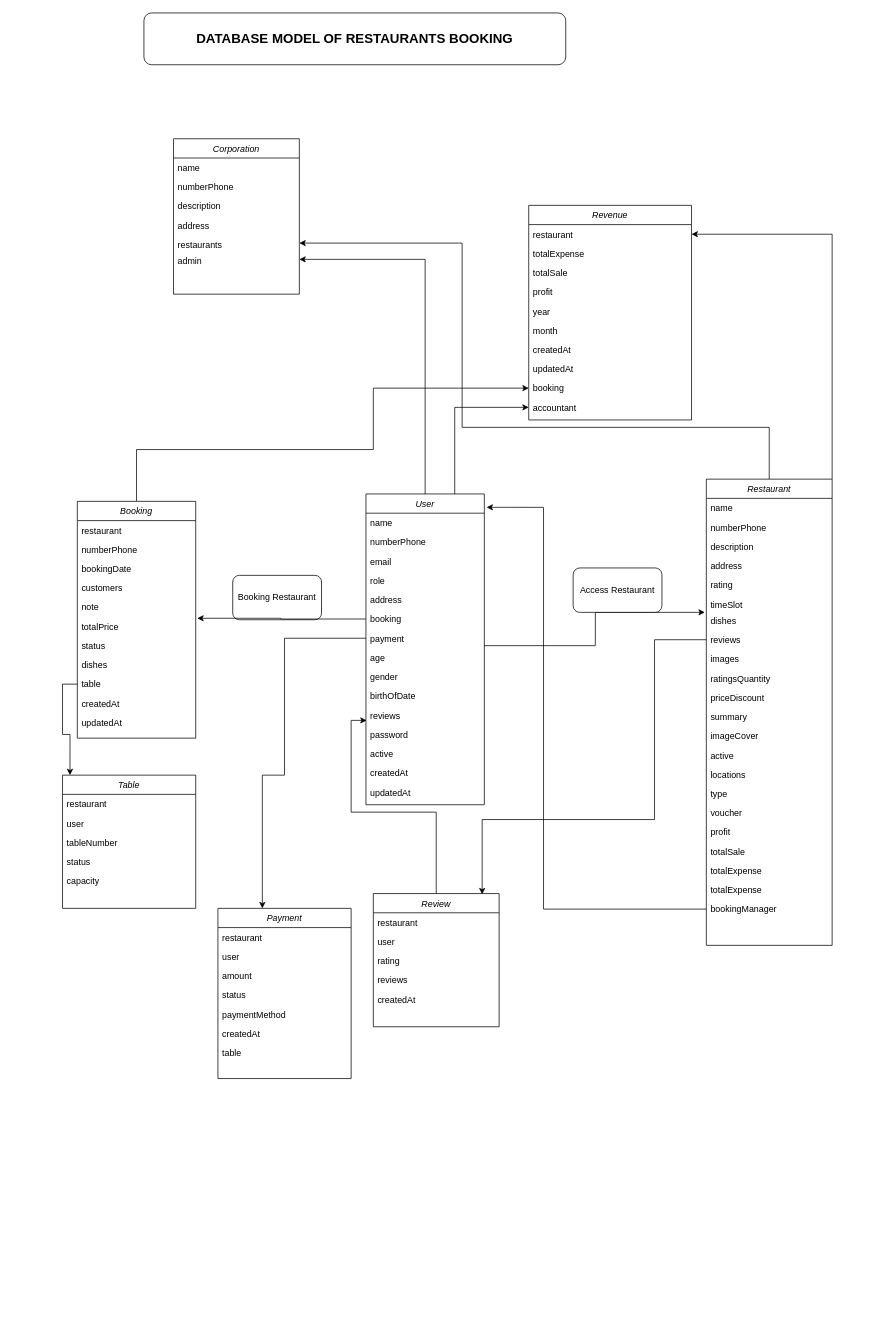
This is Biểu đồ không có tiêu đề.drawio from DAITHANG23/Luna.BE, a draw.io file, before an edit. Source tidied: cells renumbered, new cells numbered last; positions are measured from the earlier drawing's top-left corner, leaving out a move shared by most shapes. Both pictures are drawn from the tidied source at 74%, with x=0, y=0 at pixel (62, 13).
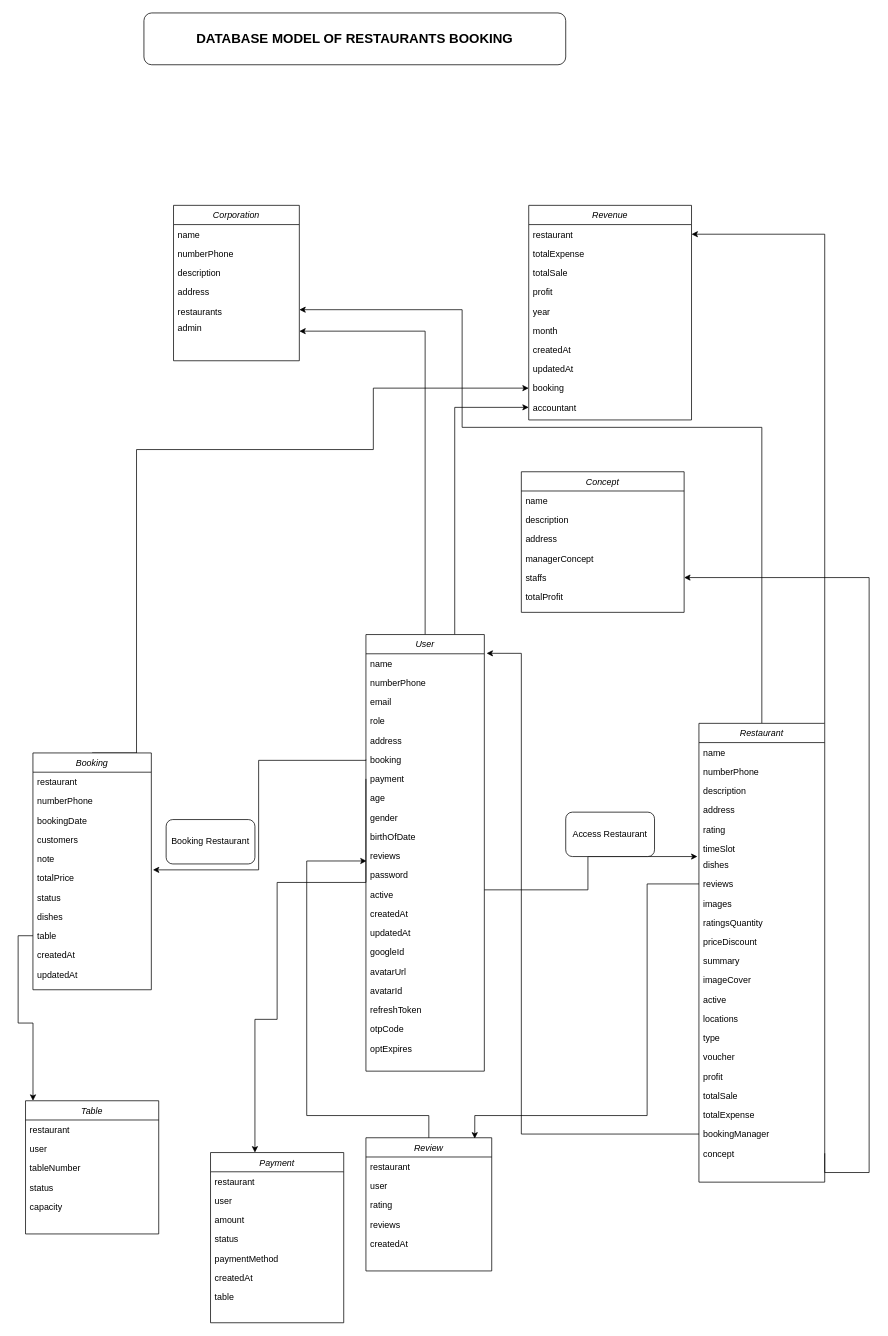
After the change.

Commit message:
Cập nhật Biểu đồ không có tiêu đề.drawio

The change refers to these unchanged cells:
```xml
<mxCell id="10" value="booking" style="text;align=left;verticalAlign=top;spacingLeft=4;spacingRight=4;overflow=hidden;points=[[0,0.5],[1,0.5]];portConstraint=eastwest;rounded=0;shadow=0;html=0;" parent="4" vertex="1">
  <mxGeometry y="156" width="160" height="26" as="geometry" />
</mxCell>
<mxCell id="11" value="payment" style="text;align=left;verticalAlign=top;spacingLeft=4;spacingRight=4;overflow=hidden;points=[[0,0.5],[1,0.5]];portConstraint=eastwest;rounded=0;shadow=0;html=0;" parent="4" vertex="1">
  <mxGeometry y="182" width="160" height="26" as="geometry" />
</mxCell>
<mxCell id="15" value="reviews" style="text;align=left;verticalAlign=top;spacingLeft=4;spacingRight=4;overflow=hidden;points=[[0,0.5],[1,0.5]];portConstraint=eastwest;rounded=0;shadow=0;html=0;" parent="4" vertex="1">
  <mxGeometry y="286" width="160" height="26" as="geometry" />
</mxCell>
<mxCell id="28" value="totalPrice" style="text;align=left;verticalAlign=top;spacingLeft=4;spacingRight=4;overflow=hidden;points=[[0,0.5],[1,0.5]];portConstraint=eastwest;rounded=0;shadow=0;html=0;" parent="22" vertex="1">
  <mxGeometry y="156" width="160" height="26" as="geometry" />
</mxCell>
<mxCell id="44" value="reviews" style="text;align=left;verticalAlign=top;spacingLeft=4;spacingRight=4;overflow=hidden;points=[[0,0.5],[1,0.5]];portConstraint=eastwest;rounded=0;shadow=0;html=0;" parent="36" vertex="1">
  <mxGeometry y="204" width="170" height="26" as="geometry" />
</mxCell>
<mxCell id="104" value="restaurants" style="text;align=left;verticalAlign=top;spacingLeft=4;spacingRight=4;overflow=hidden;points=[[0,0.5],[1,0.5]];portConstraint=eastwest;rounded=0;shadow=0;html=0;" parent="99" vertex="1">
  <mxGeometry y="130" width="170" height="22" as="geometry" />
</mxCell>
```

The edit, as a diff of the source:
```diff
@@
     <mxCell id="4" value="User" style="swimlane;fontStyle=2;align=center;verticalAlign=top;horizontal=1;startSize=26;rounded=0;shadow=0;strokeWidth=1;" parent="1" vertex="1">
-      <mxGeometry x="410" y="650" width="160" height="420" as="geometry" />
+      <mxGeometry x="410" y="840" width="160" height="590" as="geometry" />
     </mxCell>
@@
+    <mxCell id="107" value="googleId" style="text;align=left;verticalAlign=top;spacingLeft=4;spacingRight=4;overflow=hidden;rounded=0;shadow=0;html=0;" parent="4" vertex="1">
+      <mxGeometry y="416" width="160" height="26" as="geometry" />
+    </mxCell>
+    <mxCell id="108" value="avatarUrl" style="text;align=left;verticalAlign=top;spacingLeft=4;spacingRight=4;overflow=hidden;rounded=0;shadow=0;html=0;" parent="4" vertex="1">
+      <mxGeometry y="442" width="160" height="26" as="geometry" />
+    </mxCell>
+    <mxCell id="109" value="avatarId" style="text;align=left;verticalAlign=top;spacingLeft=4;spacingRight=4;overflow=hidden;rounded=0;shadow=0;html=0;" parent="4" vertex="1">
+      <mxGeometry y="468" width="160" height="26" as="geometry" />
+    </mxCell>
+    <mxCell id="110" value="refreshToken" style="text;align=left;verticalAlign=top;spacingLeft=4;spacingRight=4;overflow=hidden;rounded=0;shadow=0;html=0;" parent="4" vertex="1">
+      <mxGeometry y="494" width="160" height="26" as="geometry" />
+    </mxCell>
+    <mxCell id="111" value="otpCode" style="text;align=left;verticalAlign=top;spacingLeft=4;spacingRight=4;overflow=hidden;rounded=0;shadow=0;html=0;" parent="4" vertex="1">
+      <mxGeometry y="520" width="160" height="26" as="geometry" />
+    </mxCell>
+    <mxCell id="112" value="optExpires" style="text;align=left;verticalAlign=top;spacingLeft=4;spacingRight=4;overflow=hidden;rounded=0;shadow=0;html=0;" parent="4" vertex="1">
+      <mxGeometry y="546" width="160" height="26" as="geometry" />
+    </mxCell>
@@
     <mxCell id="22" value="Booking" style="swimlane;fontStyle=2;align=center;verticalAlign=top;horizontal=1;startSize=26;rounded=0;shadow=0;strokeWidth=1;" parent="1" vertex="1">
-      <mxGeometry x="20" y="660" width="160" height="320" as="geometry" />
+      <mxGeometry x="-40" y="1000" width="160" height="320" as="geometry" />
     </mxCell>
@@
     <mxCell id="34" style="edgeStyle=orthogonalEdgeStyle;rounded=0;jettySize=auto;html=1;exitX=0.5;exitY=0;exitDx=0;exitDy=0;entryX=1;entryY=0.5;entryDx=0;entryDy=0;" parent="1" edge="1" source="36" target="104">
       <mxGeometry relative="1" as="geometry">
         <Array as="points">
-          <mxPoint x="955" y="560" />
+          <mxPoint x="945" y="560" />
           <mxPoint x="540" y="560" />
-          <mxPoint x="540" y="311" />
+          <mxPoint x="540" y="401" />
         </Array>
       </mxGeometry>
     </mxCell>
@@
     <mxCell id="36" value="Restaurant" style="swimlane;fontStyle=2;align=center;verticalAlign=top;horizontal=1;startSize=26;rounded=0;shadow=0;strokeWidth=1;" parent="1" vertex="1">
-      <mxGeometry x="870" y="630" width="170" height="630" as="geometry" />
+      <mxGeometry x="860" y="960" width="170" height="620" as="geometry" />
     </mxCell>
@@
-    <mxCell id="56" value="totalExpense" style="text;align=left;verticalAlign=top;spacingLeft=4;spacingRight=4;overflow=hidden;rounded=0;shadow=0;html=0;" parent="36" vertex="1">
-      <mxGeometry y="516" width="170" height="26" as="geometry" />
-    </mxCell>
     <mxCell id="57" value="totalExpense" style="text;align=left;verticalAlign=top;spacingLeft=4;spacingRight=4;overflow=hidden;rounded=0;shadow=0;html=0;" parent="36" vertex="1">
-      <mxGeometry y="542" width="170" height="26" as="geometry" />
+      <mxGeometry y="516" width="170" height="26" as="geometry" />
     </mxCell>
     <mxCell id="58" value="bookingManager" style="text;align=left;verticalAlign=top;spacingLeft=4;spacingRight=4;overflow=hidden;points=[[0,0.5],[1,0.5]];portConstraint=eastwest;rounded=0;shadow=0;html=0;" parent="36" vertex="1">
-      <mxGeometry y="568" width="170" height="26" as="geometry" />
+      <mxGeometry y="542" width="170" height="26" as="geometry" />
     </mxCell>
+    <mxCell id="113" value="concept" style="text;align=left;verticalAlign=top;spacingLeft=4;spacingRight=4;overflow=hidden;points=[[0,0.5],[1,0.5]];portConstraint=eastwest;rounded=0;shadow=0;html=0;" parent="36" vertex="1">
+      <mxGeometry y="568" width="170" height="26" as="geometry" />
+    </mxCell>
     <mxCell id="59" value="Review" style="swimlane;fontStyle=2;align=center;verticalAlign=top;horizontal=1;startSize=26;rounded=0;shadow=0;strokeWidth=1;" parent="1" vertex="1">
-      <mxGeometry x="420" y="1190" width="170" height="180" as="geometry" />
+      <mxGeometry x="410" y="1520" width="170" height="180" as="geometry" />
     </mxCell>
@@
     <mxCell id="65" style="edgeStyle=orthogonalEdgeStyle;rounded=0;jettySize=auto;html=1;" parent="1" edge="1" source="4">
       <mxGeometry relative="1" as="geometry">
-        <mxPoint x="868" y="810" as="targetPoint" />
+        <mxPoint x="858" y="1140" as="targetPoint" />
         <Array as="points">
-          <mxPoint x="720" y="855" />
-          <mxPoint x="720" y="810" />
-          <mxPoint x="868" y="810" />
+          <mxPoint x="710" y="1185" />
+          <mxPoint x="710" y="1140" />
+          <mxPoint x="858" y="1140" />
         </Array>
       </mxGeometry>
     </mxCell>
     <mxCell id="66" value="Access Restaurant" style="rounded=1;whiteSpace=wrap;html=1;" parent="1" vertex="1">
-      <mxGeometry x="690" y="750" width="120" height="60" as="geometry" />
+      <mxGeometry x="680" y="1080" width="120" height="60" as="geometry" />
     </mxCell>
     <mxCell id="67" value="Booking Restaurant" style="rounded=1;whiteSpace=wrap;html=1;" parent="1" vertex="1">
-      <mxGeometry x="230" y="760" width="120" height="60" as="geometry" />
+      <mxGeometry x="140" y="1090" width="120" height="60" as="geometry" />
     </mxCell>
     <mxCell id="68" value="Payment" style="swimlane;fontStyle=2;align=center;verticalAlign=top;horizontal=1;startSize=26;rounded=0;shadow=0;strokeWidth=1;" parent="1" vertex="1">
-      <mxGeometry x="210" y="1210" width="180" height="230" as="geometry" />
+      <mxGeometry x="200" y="1540" width="180" height="230" as="geometry" />
     </mxCell>
@@
     <mxCell id="76" style="edgeStyle=orthogonalEdgeStyle;rounded=0;jettySize=auto;html=1;exitX=0.5;exitY=0;exitDx=0;exitDy=0;entryX=0.006;entryY=0.769;entryDx=0;entryDy=0;entryPerimeter=0;" parent="1" edge="1" source="59" target="15">
       <mxGeometry relative="1" as="geometry">
         <Array as="points">
-          <mxPoint x="505" y="1080" />
-          <mxPoint x="390" y="1080" />
-          <mxPoint x="390" y="956" />
+          <mxPoint x="495" y="1490" />
+          <mxPoint x="330" y="1490" />
+          <mxPoint x="330" y="1146" />
         </Array>
       </mxGeometry>
     </mxCell>
     <mxCell id="77" style="edgeStyle=orthogonalEdgeStyle;rounded=0;jettySize=auto;html=1;exitX=0;exitY=0.5;exitDx=0;exitDy=0;entryX=0.865;entryY=0.006;entryDx=0;entryDy=0;entryPerimeter=0;" parent="1" edge="1" source="44" target="59">
       <mxGeometry relative="1" as="geometry">
         <Array as="points">
-          <mxPoint x="800" y="847" />
-          <mxPoint x="800" y="1090" />
-          <mxPoint x="567" y="1090" />
+          <mxPoint x="790" y="1177" />
+          <mxPoint x="790" y="1490" />
+          <mxPoint x="557" y="1490" />
         </Array>
       </mxGeometry>
     </mxCell>
     <mxCell id="78" style="edgeStyle=orthogonalEdgeStyle;rounded=0;jettySize=auto;html=1;exitX=0;exitY=0.5;exitDx=0;exitDy=0;entryX=1.013;entryY=0.077;entryDx=0;entryDy=0;entryPerimeter=0;" parent="1" edge="1" source="10" target="28">
-      <mxGeometry relative="1" as="geometry" />
+      <mxGeometry relative="1" as="geometry">
+        <Array as="points">
+          <mxPoint x="410" y="1010" />
+          <mxPoint x="265" y="1010" />
+          <mxPoint x="265" y="1158" />
+        </Array>
+      </mxGeometry>
     </mxCell>
     <mxCell id="79" style="edgeStyle=orthogonalEdgeStyle;rounded=0;jettySize=auto;html=1;exitX=0;exitY=0.5;exitDx=0;exitDy=0;" parent="1" edge="1" source="11" target="68">
       <mxGeometry relative="1" as="geometry">
         <Array as="points">
-          <mxPoint x="300" y="845" />
-          <mxPoint x="300" y="1030" />
-          <mxPoint x="270" y="1030" />
+          <mxPoint x="290" y="1175" />
+          <mxPoint x="290" y="1360" />
+          <mxPoint x="260" y="1360" />
         </Array>
       </mxGeometry>
     </mxCell>
     <mxCell id="80" value="Table" style="swimlane;fontStyle=2;align=center;verticalAlign=top;horizontal=1;startSize=26;rounded=0;shadow=0;strokeWidth=1;" parent="1" vertex="1">
-      <mxGeometry y="1030" width="180" height="180" as="geometry" />
+      <mxGeometry x="-50" y="1470" width="180" height="180" as="geometry" />
     </mxCell>
@@
     <mxCell id="98" style="edgeStyle=orthogonalEdgeStyle;rounded=0;jettySize=auto;html=1;entryX=1.019;entryY=0.043;entryDx=0;entryDy=0;entryPerimeter=0;" parent="1" edge="1" source="58" target="4">
       <mxGeometry relative="1" as="geometry">
         <Array as="points">
-          <mxPoint x="650" y="1211" />
-          <mxPoint x="650" y="668" />
+          <mxPoint x="620" y="1515" />
+          <mxPoint x="620" y="865" />
         </Array>
       </mxGeometry>
     </mxCell>
     <mxCell id="99" value="Corporation" style="swimlane;fontStyle=2;align=center;verticalAlign=top;horizontal=1;startSize=26;rounded=0;shadow=0;strokeWidth=1;" parent="1" vertex="1">
-      <mxGeometry x="150" y="170" width="170" height="210" as="geometry" />
+      <mxGeometry x="150" y="260" width="170" height="210" as="geometry" />
     </mxCell>
@@
     <mxCell id="105" value="admin" style="text;align=left;verticalAlign=top;spacingLeft=4;spacingRight=4;overflow=hidden;points=[[0,0.5],[1,0.5]];portConstraint=eastwest;rounded=0;shadow=0;html=0;" parent="99" vertex="1">
-      <mxGeometry y="152" width="170" height="22" as="geometry" />
+      <mxGeometry y="152" width="170" height="36" as="geometry" />
     </mxCell>
@@
+    <mxCell id="114" value="Concept" style="swimlane;fontStyle=2;align=center;verticalAlign=top;horizontal=1;startSize=26;rounded=0;shadow=0;strokeWidth=1;" parent="1" vertex="1">
+      <mxGeometry x="620" y="620" width="220" height="190" as="geometry" />
+    </mxCell>
+    <mxCell id="115" value="name" style="text;align=left;verticalAlign=top;spacingLeft=4;spacingRight=4;overflow=hidden;" parent="114" vertex="1">
+      <mxGeometry y="26" width="220" height="26" as="geometry" />
+    </mxCell>
+    <mxCell id="116" value="description" style="text;align=left;verticalAlign=top;spacingLeft=4;spacingRight=4;overflow=hidden;rounded=0;shadow=0;html=0;" parent="114" vertex="1">
+      <mxGeometry y="52" width="220" height="26" as="geometry" />
+    </mxCell>
+    <mxCell id="117" value="address" style="text;align=left;verticalAlign=top;spacingLeft=4;spacingRight=4;overflow=hidden;rounded=0;shadow=0;html=0;" parent="114" vertex="1">
+      <mxGeometry y="78" width="220" height="26" as="geometry" />
+    </mxCell>
+    <mxCell id="118" value="managerConcept" style="text;align=left;verticalAlign=top;spacingLeft=4;spacingRight=4;overflow=hidden;rounded=0;shadow=0;html=0;" parent="114" vertex="1">
+      <mxGeometry y="104" width="220" height="26" as="geometry" />
+    </mxCell>
+    <mxCell id="119" value="staffs" style="text;align=left;verticalAlign=top;spacingLeft=4;spacingRight=4;overflow=hidden;points=[[0,0.5],[1,0.5]];portConstraint=eastwest;rounded=0;shadow=0;html=0;" parent="114" vertex="1">
+      <mxGeometry y="130" width="220" height="26" as="geometry" />
+    </mxCell>
+    <mxCell id="120" value="totalProfit" style="text;align=left;verticalAlign=top;spacingLeft=4;spacingRight=4;overflow=hidden;rounded=0;shadow=0;html=0;" parent="114" vertex="1">
+      <mxGeometry y="156" width="220" height="26" as="geometry" />
+    </mxCell>
+    <mxCell id="121" style="edgeStyle=orthogonalEdgeStyle;rounded=0;jettySize=auto;html=1;exitX=1;exitY=0.5;exitDx=0;exitDy=0;entryX=1;entryY=0.5;entryDx=0;entryDy=0;" parent="1" edge="1" source="113" target="119">
+      <mxGeometry relative="1" as="geometry">
+        <Array as="points">
+          <mxPoint x="1030" y="1567" />
+          <mxPoint x="1090" y="1567" />
+          <mxPoint x="1090" y="763" />
+        </Array>
+      </mxGeometry>
+    </mxCell>
```
